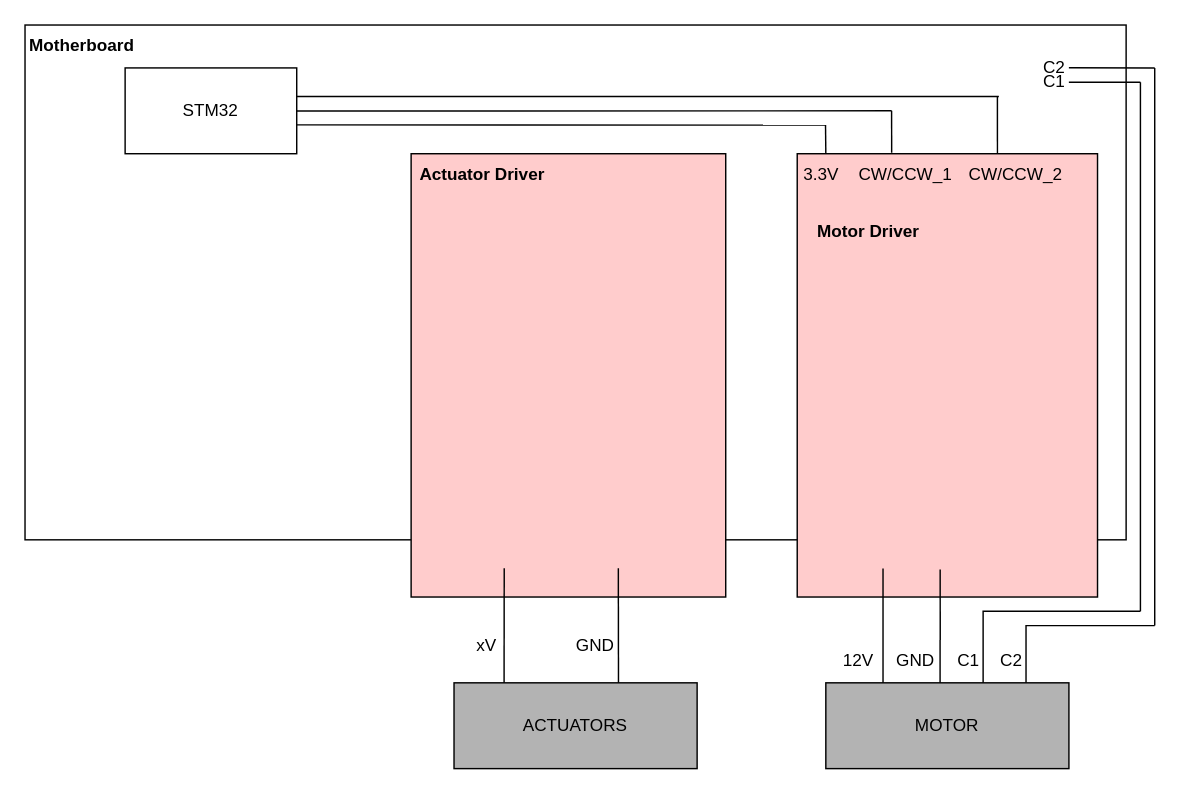
Earlier version of the draw.io diagram page "Circuits" (2 of 2) of block_diagrams/Maestro Diagrams.drawio (chatrajaman3/ELEC391_25W2_Robo_Maestro). Source tidied: cells renumbered, new cells numbered last; positions are measured from the earlier drawing's top-left corner, leaving out a move shared by most shapes. Both pictures are drawn from the tidied source at 143%, with x=0, y=0 at pixel (24, 24).
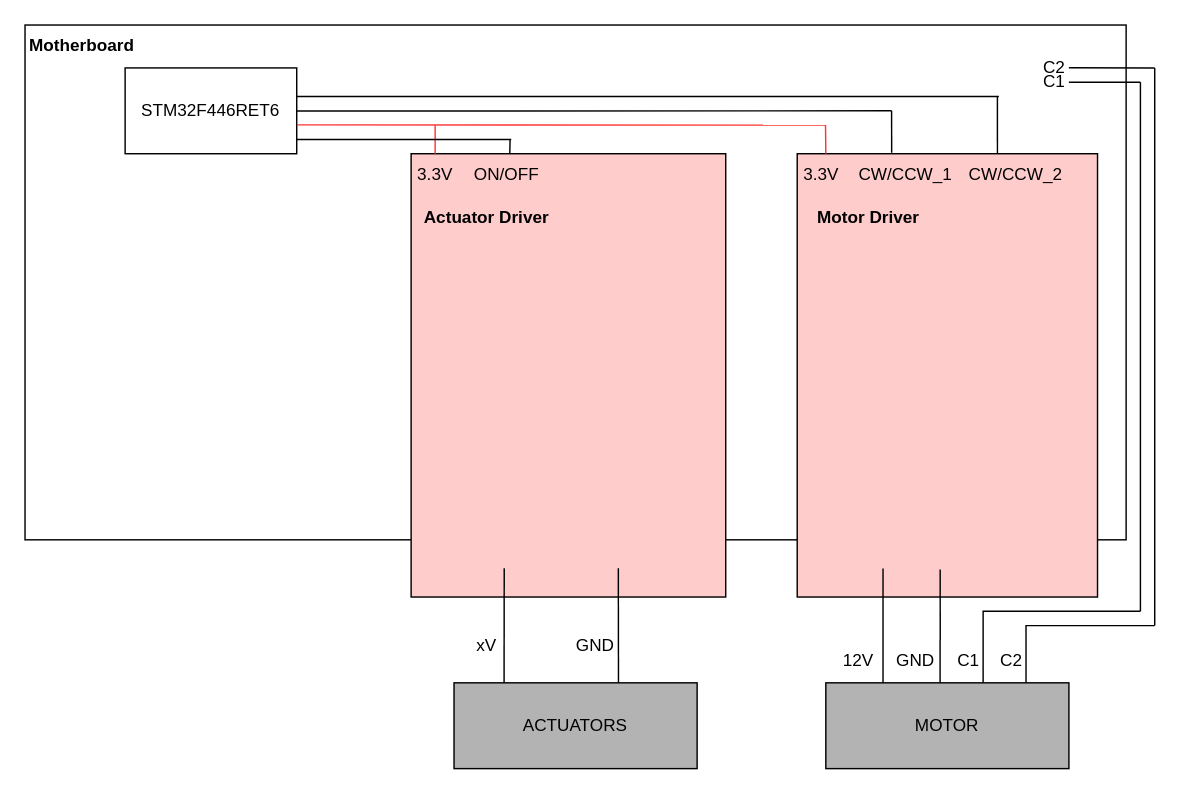
The same diagram, later.

The change refers to these unchanged cells:
```xml
<mxCell id="2" style="rounded=0;whiteSpace=wrap;html=1;" parent="1" vertex="1">
  <mxGeometry width="770" height="360" as="geometry" />
</mxCell>
```

Change to the diagram source:
```diff
@@
-    <mxCell id="4" value="STM32" style="rounded=0;whiteSpace=wrap;html=1;" parent="1" vertex="1">
+    <mxCell id="4" value="STM32F446RET6" style="rounded=0;whiteSpace=wrap;html=1;" parent="1" vertex="1">
       <mxGeometry x="70" y="30" width="120" height="60" as="geometry" />
     </mxCell>
@@
     <mxCell id="6" value="Motor Driver" style="text;html=1;whiteSpace=wrap;strokeColor=none;fillColor=none;align=center;verticalAlign=middle;rounded=0;fontStyle=1;" parent="1" vertex="1">
-      <mxGeometry x="540" y="130" width="100" height="30" as="geometry" />
+      <mxGeometry x="540" y="120" width="100" height="30" as="geometry" />
     </mxCell>
@@
     <mxCell id="8" value="Actuator Driver" style="text;html=1;whiteSpace=wrap;strokeColor=none;fillColor=none;align=center;verticalAlign=middle;rounded=0;fontStyle=1;" parent="1" vertex="1">
-      <mxGeometry x="270" y="90" width="100" height="30" as="geometry" />
+      <mxGeometry x="273" y="120" width="100" height="30" as="geometry" />
     </mxCell>
@@
-    <mxCell id="36" style="endArrow=none;html=1;rounded=0;entryX=0.727;entryY=0.194;entryDx=0;entryDy=0;entryPerimeter=0;" parent="1" edge="1" target="2">
+    <mxCell id="36" style="endArrow=none;html=1;rounded=0;entryX=0.727;entryY=0.194;entryDx=0;entryDy=0;entryPerimeter=0;strokeColor=#FF3333;" parent="1" edge="1" target="2">
       <mxGeometry relative="1" as="geometry">
         <mxPoint x="560" y="90" as="sourcePoint" />
       </mxGeometry>
     </mxCell>
-    <mxCell id="37" style="endArrow=none;html=1;rounded=0;exitX=0.247;exitY=0.194;exitDx=0;exitDy=0;exitPerimeter=0;" parent="1" edge="1" source="2">
+    <mxCell id="37" style="endArrow=none;html=1;rounded=0;exitX=0.247;exitY=0.194;exitDx=0;exitDy=0;exitPerimeter=0;strokeColor=#FF3333;" parent="1" edge="1" source="2">
       <mxGeometry relative="1" as="geometry">
         <mxPoint x="560" y="70" as="targetPoint" />
       </mxGeometry>
     </mxCell>
@@
+    <mxCell id="42" value="3.3V" style="text;html=1;whiteSpace=wrap;strokeColor=none;fillColor=none;align=center;verticalAlign=middle;rounded=0;" parent="1" vertex="1">
+      <mxGeometry x="270" y="90" width="34" height="30" as="geometry" />
+    </mxCell>
+    <mxCell id="43" style="endArrow=none;html=1;rounded=0;entryX=0.727;entryY=0.194;entryDx=0;entryDy=0;entryPerimeter=0;strokeColor=#FF3333;" parent="1" edge="1">
+      <mxGeometry relative="1" as="geometry">
+        <mxPoint x="286.8" y="90" as="sourcePoint" />
+        <mxPoint x="286.8" y="70" as="targetPoint" />
+      </mxGeometry>
+    </mxCell>
+    <mxCell id="44" value="ON/OFF" style="text;html=1;whiteSpace=wrap;strokeColor=none;fillColor=none;align=center;verticalAlign=middle;rounded=0;" parent="1" vertex="1">
+      <mxGeometry x="320" y="90" width="34" height="30" as="geometry" />
+    </mxCell>
+    <mxCell id="45" style="endArrow=none;html=1;rounded=0;exitX=0.21;exitY=-0.021;exitDx=0;exitDy=0;exitPerimeter=0;" parent="1" edge="1">
+      <mxGeometry relative="1" as="geometry">
+        <mxPoint x="339" y="90" as="sourcePoint" />
+        <mxPoint x="339.2" y="80" as="targetPoint" />
+      </mxGeometry>
+    </mxCell>
+    <mxCell id="46" style="endArrow=none;html=1;rounded=0;exitX=0.247;exitY=0.167;exitDx=0;exitDy=0;exitPerimeter=0;" parent="1" edge="1">
+      <mxGeometry relative="1" as="geometry">
+        <mxPoint x="190" y="80" as="sourcePoint" />
+        <mxPoint x="340" y="80" as="targetPoint" />
+      </mxGeometry>
+    </mxCell>
```
